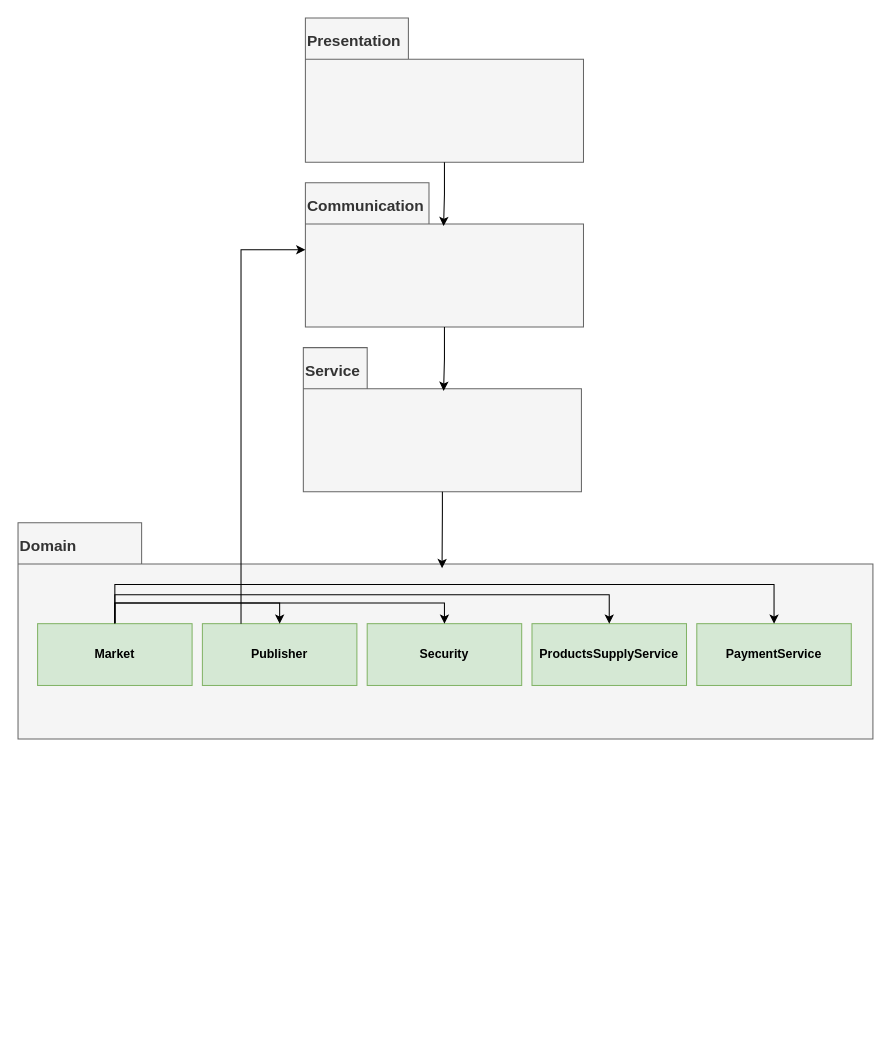
Before: Documents/architecture diagram.drawio in AyalaBadash/market_2022, a draw.io diagram. Source tidied: cells renumbered, new cells numbered last; positions are measured from the earlier drawing's top-left corner, leaving out a move shared by most shapes. Both pictures are drawn from the tidied source at 103%, with x=0, y=0 at pixel (18, 18).
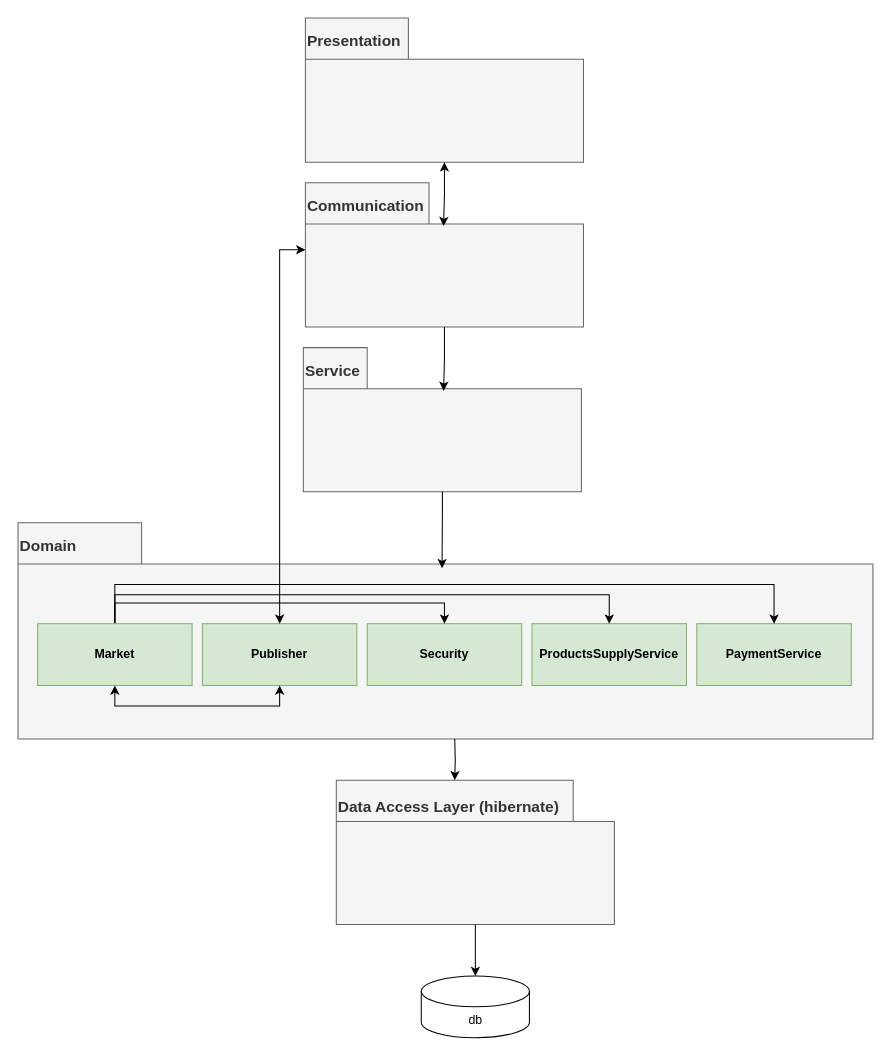
The same diagram, later.

Commit message (it also covers changes not shown here):
edit architecture diagram

The change refers to these unchanged cells:
```xml
<mxCell id="10" value="&lt;b&gt;Market&lt;/b&gt;" style="rounded=0;whiteSpace=wrap;html=1;fillColor=#d5e8d4;strokeColor=#82b366;" parent="1" vertex="1">
  <mxGeometry x="19" y="588" width="150" height="60" as="geometry" />
</mxCell>
<mxCell id="12" value="&lt;font style=&quot;font-size: 15px ; line-height: 0.5&quot;&gt;Communication&lt;/font&gt;" style="shape=folder;fontStyle=1;spacingTop=10;tabWidth=120;tabHeight=40;tabPosition=left;html=1;align=left;verticalAlign=top;fillColor=#f5f5f5;fontColor=#333333;strokeColor=#666666;" parent="1" vertex="1">
  <mxGeometry x="279" y="160" width="270" height="140" as="geometry" />
</mxCell>
<mxCell id="14" value="&lt;font style=&quot;font-size: 15px ; line-height: 0.5&quot;&gt;Presentation&lt;/font&gt;" style="shape=folder;fontStyle=1;spacingTop=10;tabWidth=100;tabHeight=40;tabPosition=left;html=1;align=left;verticalAlign=top;fillColor=#f5f5f5;fontColor=#333333;strokeColor=#666666;" parent="1" vertex="1">
  <mxGeometry x="279" width="270" height="140" as="geometry" />
</mxCell>
<mxCell id="16" value="&lt;b&gt;Publisher&lt;/b&gt;" style="rounded=0;whiteSpace=wrap;html=1;fillColor=#d5e8d4;strokeColor=#82b366;" parent="1" vertex="1">
  <mxGeometry x="179" y="588" width="150" height="60" as="geometry" />
</mxCell>
```

The edit, as a diff of the source:
```diff
@@
-    <mxCell id="15" style="edgeStyle=orthogonalEdgeStyle;rounded=0;jettySize=auto;html=1;fontSize=15;exitX=0.5;exitY=1;exitDx=0;exitDy=0;exitPerimeter=0;entryX=0.496;entryY=0.21;entryDx=0;entryDy=0;entryPerimeter=0;" parent="1" edge="1" source="14">
+    <mxCell id="15" style="edgeStyle=orthogonalEdgeStyle;rounded=0;jettySize=auto;html=1;fontSize=15;exitX=0.5;exitY=1;exitDx=0;exitDy=0;exitPerimeter=0;entryX=0.496;entryY=0.21;entryDx=0;entryDy=0;entryPerimeter=0;startArrow=classic;startFill=1;" parent="1" edge="1" source="14">
       <mxGeometry relative="1" as="geometry">
         <mxPoint x="413.2" y="202" as="targetPoint" />
       </mxGeometry>
     </mxCell>
@@
-    <mxCell id="17" style="edgeStyle=orthogonalEdgeStyle;rounded=0;jettySize=auto;html=1;exitX=0.5;exitY=0;exitDx=0;exitDy=0;entryX=0.5;entryY=0;entryDx=0;entryDy=0;fontSize=15;" parent="1" edge="1" source="10" target="16">
+    <mxCell id="17" style="edgeStyle=orthogonalEdgeStyle;rounded=0;jettySize=auto;html=1;exitX=0.5;exitY=1;exitDx=0;exitDy=0;entryX=0.5;entryY=1;entryDx=0;entryDy=0;fontSize=15;startArrow=classic;startFill=1;" parent="1" edge="1" source="10" target="16">
       <mxGeometry relative="1" as="geometry" />
     </mxCell>
-    <mxCell id="18" style="edgeStyle=orthogonalEdgeStyle;rounded=0;jettySize=auto;html=1;exitX=0.25;exitY=0;exitDx=0;exitDy=0;entryX=0;entryY=0;entryDx=0;entryDy=65;fontSize=15;entryPerimeter=0;" parent="1" edge="1" source="16" target="12">
+    <mxCell id="18" style="edgeStyle=orthogonalEdgeStyle;rounded=0;jettySize=auto;html=1;exitX=0.5;exitY=0;exitDx=0;exitDy=0;entryX=0;entryY=0;entryDx=0;entryDy=65;fontSize=15;entryPerimeter=0;startArrow=classic;startFill=1;" parent="1" edge="1" source="16" target="12">
       <mxGeometry relative="1" as="geometry" />
     </mxCell>
+    <mxCell id="19" value="&lt;span style=&quot;font-size: 15px;&quot;&gt;Data Access Layer (hibernate)&lt;/span&gt;" style="shape=folder;fontStyle=1;spacingTop=10;tabWidth=230;tabHeight=40;tabPosition=left;html=1;align=left;verticalAlign=top;fillColor=#f5f5f5;fontColor=#333333;strokeColor=#666666;" parent="1" vertex="1">
+      <mxGeometry x="309" y="740" width="270" height="140" as="geometry" />
+    </mxCell>
+    <mxCell id="20" style="edgeStyle=orthogonalEdgeStyle;rounded=0;jettySize=auto;html=1;fontSize=15;exitX=0.5;exitY=1;exitDx=0;exitDy=0;exitPerimeter=0;entryX=0;entryY=0;entryDx=115;entryDy=0;entryPerimeter=0;" parent="1" edge="1" target="19">
+      <mxGeometry relative="1" as="geometry">
+        <mxPoint x="424" y="700" as="sourcePoint" />
+      </mxGeometry>
+    </mxCell>
+    <mxCell id="21" style="edgeStyle=orthogonalEdgeStyle;rounded=0;jettySize=auto;html=1;fontSize=15;exitX=0.5;exitY=1;exitDx=0;exitDy=0;exitPerimeter=0;entryX=0.5;entryY=0;entryDx=0;entryDy=0;entryPerimeter=0;" parent="1" edge="1" source="19" target="22">
+      <mxGeometry relative="1" as="geometry" />
+    </mxCell>
+    <mxCell id="22" value="db" style="shape=cylinder3;whiteSpace=wrap;html=1;boundedLbl=1;backgroundOutline=1;size=15;" parent="1" vertex="1">
+      <mxGeometry x="391.5" y="930" width="105" height="60" as="geometry" />
+    </mxCell>
```
